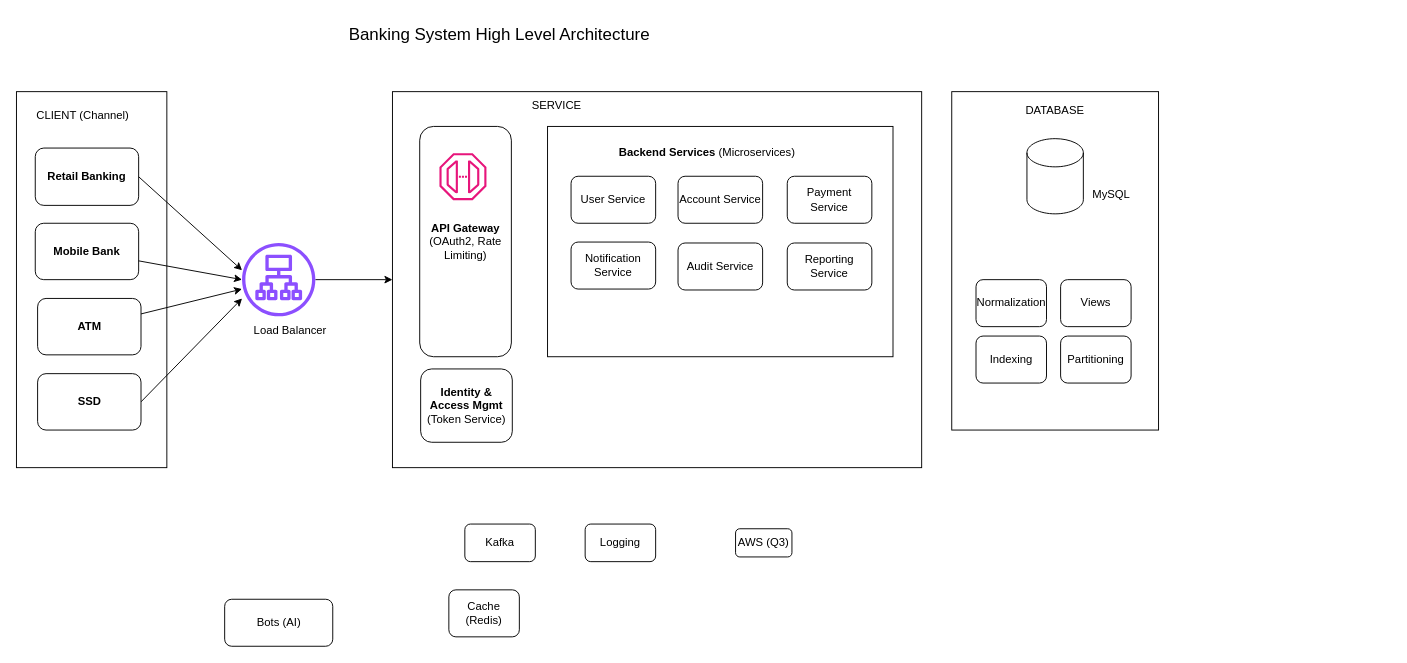
This is resources/Banking App Diagram.drawio from AkhoMngqibisa/java-backend-study-group, a draw.io file, before an edit. Source tidied: cells renumbered, new cells numbered last; positions are measured from the earlier drawing's top-left corner, leaving out a move shared by most shapes. Both pictures are drawn from the tidied source at 94%, with x=0, y=0 at pixel (16, 16).
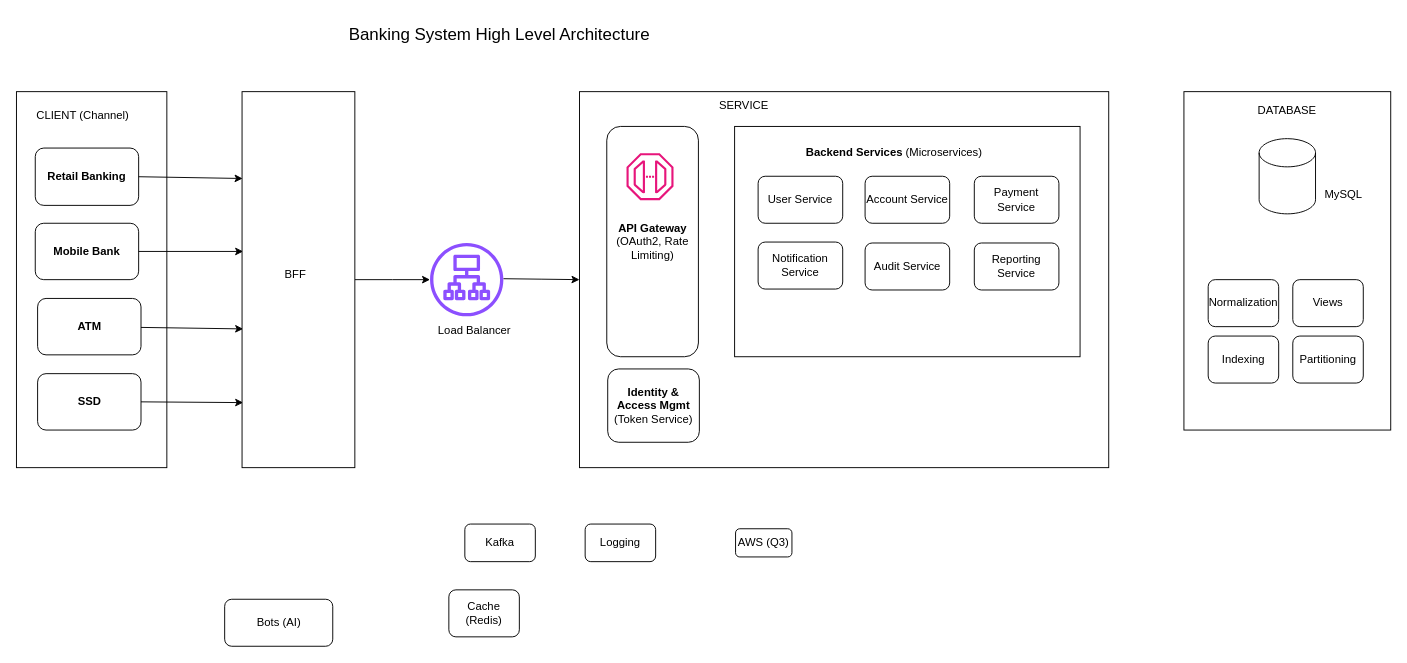
Above is the later version.

The change refers to these unchanged cells:
```xml
<mxCell id="5" value="&lt;b&gt;Retail Banking&lt;/b&gt;" style="rounded=1;whiteSpace=wrap;html=1;" parent="1" vertex="1">
  <mxGeometry x="20" y="140" width="110" height="61" as="geometry" />
</mxCell>
<mxCell id="7" value="&lt;b&gt;ATM&lt;/b&gt;" style="rounded=1;whiteSpace=wrap;html=1;" parent="1" vertex="1">
  <mxGeometry x="22.5" y="300" width="110" height="60" as="geometry" />
</mxCell>
<mxCell id="8" value="&lt;b&gt;Mobile Bank&lt;/b&gt;" style="rounded=1;whiteSpace=wrap;html=1;" parent="1" vertex="1">
  <mxGeometry x="20" y="220" width="110" height="60" as="geometry" />
</mxCell>
<mxCell id="10" value="&lt;b&gt;SSD&lt;/b&gt;" style="rounded=1;whiteSpace=wrap;html=1;" parent="1" vertex="1">
  <mxGeometry x="22.5" y="380" width="110" height="60" as="geometry" />
</mxCell>
```

Change to the diagram source:
```diff
@@
-    <mxCell id="6" style="rounded=0;jettySize=auto;html=1;" parent="1" edge="1" source="7">
-      <mxGeometry relative="1" as="geometry">
-        <mxPoint x="240" y="290" as="targetPoint" />
-      </mxGeometry>
+    <mxCell id="6" style="rounded=0;jettySize=auto;html=1;entryX=0.01;entryY=0.631;entryDx=0;entryDy=0;entryPerimeter=0;" parent="1" edge="1" source="7" target="43">
+      <mxGeometry relative="1" as="geometry" />
     </mxCell>
@@
-    <mxCell id="9" style="rounded=0;jettySize=auto;html=1;exitX=1;exitY=0.5;exitDx=0;exitDy=0;" parent="1" edge="1" source="10">
-      <mxGeometry relative="1" as="geometry">
-        <mxPoint x="240" y="300" as="targetPoint" />
-      </mxGeometry>
+    <mxCell id="9" style="rounded=0;jettySize=auto;html=1;exitX=1;exitY=0.5;exitDx=0;exitDy=0;entryX=0.01;entryY=0.827;entryDx=0;entryDy=0;entryPerimeter=0;" parent="1" edge="1" source="10" target="43">
+      <mxGeometry relative="1" as="geometry" />
     </mxCell>
@@
     <mxCell id="11" style="rounded=0;whiteSpace=wrap;html=1;" parent="1" vertex="1">
-      <mxGeometry x="400" y="80" width="563" height="400" as="geometry" />
+      <mxGeometry x="599" y="80" width="563" height="400" as="geometry" />
     </mxCell>
     <mxCell id="12" value="SERVICE" style="text;html=1;whiteSpace=wrap;strokeColor=none;fillColor=none;align=center;verticalAlign=middle;rounded=0;" parent="1" vertex="1">
-      <mxGeometry x="545" y="80" width="60" height="30" as="geometry" />
+      <mxGeometry x="744" y="80" width="60" height="30" as="geometry" />
     </mxCell>
     <mxCell id="13" style="rounded=0;whiteSpace=wrap;html=1;" parent="1" vertex="1">
-      <mxGeometry x="995" y="80" width="220" height="360" as="geometry" />
+      <mxGeometry x="1242" y="80" width="220" height="360" as="geometry" />
     </mxCell>
     <mxCell id="14" style="shape=cylinder3;whiteSpace=wrap;html=1;boundedLbl=1;backgroundOutline=1;size=15;" parent="1" vertex="1">
-      <mxGeometry x="1075" y="130" width="60" height="80" as="geometry" />
+      <mxGeometry x="1322" y="130" width="60" height="80" as="geometry" />
     </mxCell>
     <mxCell id="15" value="DATABASE" style="text;html=1;whiteSpace=wrap;strokeColor=none;fillColor=none;align=center;verticalAlign=middle;rounded=0;" parent="1" vertex="1">
-      <mxGeometry x="1056.2" y="90" width="97.5" height="20" as="geometry" />
+      <mxGeometry x="1303.2" y="90" width="97.5" height="20" as="geometry" />
     </mxCell>
     <mxCell id="16" value="MySQL" style="text;html=1;whiteSpace=wrap;strokeColor=none;fillColor=none;align=center;verticalAlign=middle;rounded=0;" parent="1" vertex="1">
-      <mxGeometry x="1135" y="175" width="60" height="30" as="geometry" />
+      <mxGeometry x="1382" y="175" width="60" height="30" as="geometry" />
     </mxCell>
     <mxCell id="17" value="&lt;b&gt;API Gateway&lt;/b&gt;&lt;div&gt;(OAuth2, Rate Limiting)&lt;/div&gt;" style="rounded=1;whiteSpace=wrap;html=1;" parent="1" vertex="1">
-      <mxGeometry x="429" y="117" width="97.5" height="245" as="geometry" />
+      <mxGeometry x="628" y="117" width="97.5" height="245" as="geometry" />
     </mxCell>
     <mxCell id="18" value="Normalization" style="rounded=1;whiteSpace=wrap;html=1;" parent="1" vertex="1">
-      <mxGeometry x="1020.8" y="280" width="75" height="50" as="geometry" />
+      <mxGeometry x="1267.8" y="280" width="75" height="50" as="geometry" />
     </mxCell>
@@
     <mxCell id="22" value="Indexing" style="rounded=1;whiteSpace=wrap;html=1;" parent="1" vertex="1">
-      <mxGeometry x="1020.8" y="340" width="75" height="50" as="geometry" />
+      <mxGeometry x="1267.8" y="340" width="75" height="50" as="geometry" />
     </mxCell>
     <mxCell id="23" value="Views" style="rounded=1;whiteSpace=wrap;html=1;" parent="1" vertex="1">
-      <mxGeometry x="1110.8" y="280" width="75" height="50" as="geometry" />
+      <mxGeometry x="1357.8" y="280" width="75" height="50" as="geometry" />
     </mxCell>
     <mxCell id="24" value="Partitioning" style="rounded=1;whiteSpace=wrap;html=1;" parent="1" vertex="1">
-      <mxGeometry x="1110.8" y="340" width="75" height="50" as="geometry" />
+      <mxGeometry x="1357.8" y="340" width="75" height="50" as="geometry" />
     </mxCell>
@@
-    <mxCell id="27" style="rounded=0;jettySize=auto;html=1;exitX=1;exitY=0.5;exitDx=0;exitDy=0;" parent="1" edge="1" source="5">
-      <mxGeometry relative="1" as="geometry">
-        <mxPoint x="240" y="270" as="targetPoint" />
-      </mxGeometry>
+    <mxCell id="27" style="rounded=0;jettySize=auto;html=1;exitX=1;exitY=0.5;exitDx=0;exitDy=0;entryX=0.005;entryY=0.231;entryDx=0;entryDy=0;entryPerimeter=0;" parent="1" edge="1" source="5" target="43">
+      <mxGeometry relative="1" as="geometry" />
     </mxCell>
-    <mxCell id="28" style="rounded=0;jettySize=auto;html=1;" parent="1" edge="1" source="8">
-      <mxGeometry relative="1" as="geometry">
-        <mxPoint x="240" y="280" as="targetPoint" />
-      </mxGeometry>
+    <mxCell id="28" style="rounded=0;jettySize=auto;html=1;entryX=0.01;entryY=0.425;entryDx=0;entryDy=0;entryPerimeter=0;" parent="1" edge="1" source="8" target="43">
+      <mxGeometry relative="1" as="geometry" />
     </mxCell>
-    <mxCell id="29" style="edgeStyle=orthogonalEdgeStyle;rounded=0;jettySize=auto;html=1;entryX=0;entryY=0.5;entryDx=0;entryDy=0;" parent="1" edge="1" source="30" target="11">
-      <mxGeometry relative="1" as="geometry" />
+    <mxCell id="29" style="edgeStyle=orthogonalEdgeStyle;rounded=0;jettySize=auto;html=1;" parent="1" edge="1" target="11">
+      <mxGeometry relative="1" as="geometry">
+        <mxPoint x="518" y="279" as="sourcePoint" />
+      </mxGeometry>
     </mxCell>
     <mxCell id="30" style="sketch=0;outlineConnect=0;fontColor=#232F3E;gradientColor=none;fillColor=#8C4FFF;strokeColor=none;dashed=0;verticalLabelPosition=bottom;verticalAlign=top;align=center;html=1;fontSize=12;fontStyle=0;shape=mxgraph.aws4.application_load_balancer;" parent="1" vertex="1">
-      <mxGeometry x="240" y="241" width="78" height="78" as="geometry" />
+      <mxGeometry x="440" y="241" width="78" height="78" as="geometry" />
     </mxCell>
     <mxCell id="31" value="Load Balancer" style="text;html=1;whiteSpace=wrap;strokeColor=none;fillColor=none;align=center;verticalAlign=middle;rounded=0;fontFamily=Helvetica;fontSize=12;fontColor=default;" parent="1" vertex="1">
-      <mxGeometry x="233.5" y="319" width="115" height="30" as="geometry" />
+      <mxGeometry x="430" y="319" width="115" height="30" as="geometry" />
     </mxCell>
     <mxCell id="32" value="&lt;b&gt;Identity &amp;amp; Access Mgmt&lt;/b&gt;&lt;br&gt;(Token Service)" style="rounded=1;whiteSpace=wrap;html=1;" parent="1" vertex="1">
-      <mxGeometry x="430" y="375" width="97.5" height="78" as="geometry" />
+      <mxGeometry x="629" y="375" width="97.5" height="78" as="geometry" />
     </mxCell>
     <mxCell id="33" style="sketch=0;fontColor=#232F3E;gradientColor=none;fillColor=#E7157B;strokeColor=none;dashed=0;verticalLabelPosition=bottom;verticalAlign=top;align=center;html=1;fontSize=12;fontStyle=0;shape=mxgraph.aws4.endpoint;" parent="1" vertex="1">
-      <mxGeometry x="450" y="145.5" width="50" height="50" as="geometry" />
+      <mxGeometry x="649" y="145.5" width="50" height="50" as="geometry" />
     </mxCell>
     <mxCell id="34" style="rounded=0;whiteSpace=wrap;html=1;" parent="1" vertex="1">
-      <mxGeometry x="565" y="117" width="367.5" height="245" as="geometry" />
+      <mxGeometry x="764" y="117" width="367.5" height="245" as="geometry" />
     </mxCell>
     <mxCell id="35" value="User Service" style="rounded=1;whiteSpace=wrap;html=1;" parent="1" vertex="1">
-      <mxGeometry x="590" y="170" width="90" height="50" as="geometry" />
+      <mxGeometry x="789" y="170" width="90" height="50" as="geometry" />
     </mxCell>
     <mxCell id="36" value="Account Service" style="rounded=1;whiteSpace=wrap;html=1;" parent="1" vertex="1">
-      <mxGeometry x="703.8" y="170" width="90" height="50" as="geometry" />
+      <mxGeometry x="902.8" y="170" width="90" height="50" as="geometry" />
     </mxCell>
     <mxCell id="37" value="Payment Service" style="rounded=1;whiteSpace=wrap;html=1;" parent="1" vertex="1">
-      <mxGeometry x="820" y="170" width="90" height="50" as="geometry" />
+      <mxGeometry x="1019" y="170" width="90" height="50" as="geometry" />
     </mxCell>
     <mxCell id="38" value="Notification Service" style="rounded=1;whiteSpace=wrap;html=1;" parent="1" vertex="1">
-      <mxGeometry x="590" y="240" width="90" height="50" as="geometry" />
+      <mxGeometry x="789" y="240" width="90" height="50" as="geometry" />
     </mxCell>
     <mxCell id="39" value="&lt;b&gt;Backend Services&lt;/b&gt; (Microservices)" style="text;html=1;whiteSpace=wrap;strokeColor=none;fillColor=none;align=center;verticalAlign=middle;rounded=0;fontFamily=Helvetica;fontSize=12;fontColor=default;" parent="1" vertex="1">
-      <mxGeometry x="620" y="130" width="230" height="30" as="geometry" />
+      <mxGeometry x="819" y="130" width="230" height="30" as="geometry" />
     </mxCell>
     <mxCell id="40" value="Audit Service" style="rounded=1;whiteSpace=wrap;html=1;" parent="1" vertex="1">
-      <mxGeometry x="703.8" y="241" width="90" height="50" as="geometry" />
+      <mxGeometry x="902.8" y="241" width="90" height="50" as="geometry" />
     </mxCell>
     <mxCell id="41" value="Reporting Service" style="rounded=1;whiteSpace=wrap;html=1;" parent="1" vertex="1">
-      <mxGeometry x="820" y="241" width="90" height="50" as="geometry" />
+      <mxGeometry x="1019" y="241" width="90" height="50" as="geometry" />
     </mxCell>
+    <mxCell id="42" style="edgeStyle=orthogonalEdgeStyle;rounded=0;jettySize=auto;html=1;" parent="1" edge="1" source="43">
+      <mxGeometry relative="1" as="geometry">
+        <mxPoint x="440" y="280" as="targetPoint" />
+      </mxGeometry>
+    </mxCell>
+    <mxCell id="43" style="rounded=0;whiteSpace=wrap;html=1;" parent="1" vertex="1">
+      <mxGeometry x="240" y="80" width="120" height="400" as="geometry" />
+    </mxCell>
+    <mxCell id="44" value="BFF" style="text;html=1;whiteSpace=wrap;strokeColor=none;fillColor=none;align=center;verticalAlign=middle;rounded=0;" parent="1" vertex="1">
+      <mxGeometry x="262.5" y="260" width="67.5" height="30" as="geometry" />
+    </mxCell>
```
